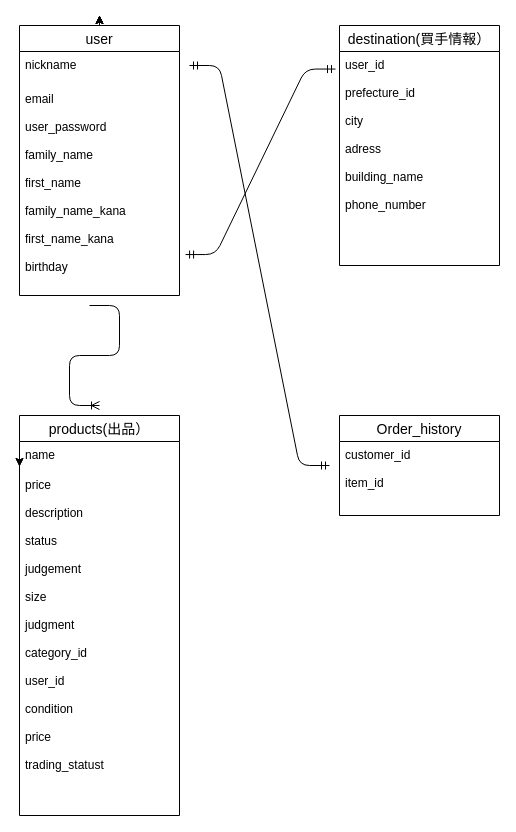
Before: page "ページ1" (1 of 3) of test.dio in kitou44/furima-30571, a draw.io diagram. Source tidied: cells renumbered, new cells numbered last; positions are measured from the earlier drawing's top-left corner, leaving out a move shared by most shapes. Both pictures are drawn from the tidied source at 100%, with x=0, y=0 at pixel (19, 15).
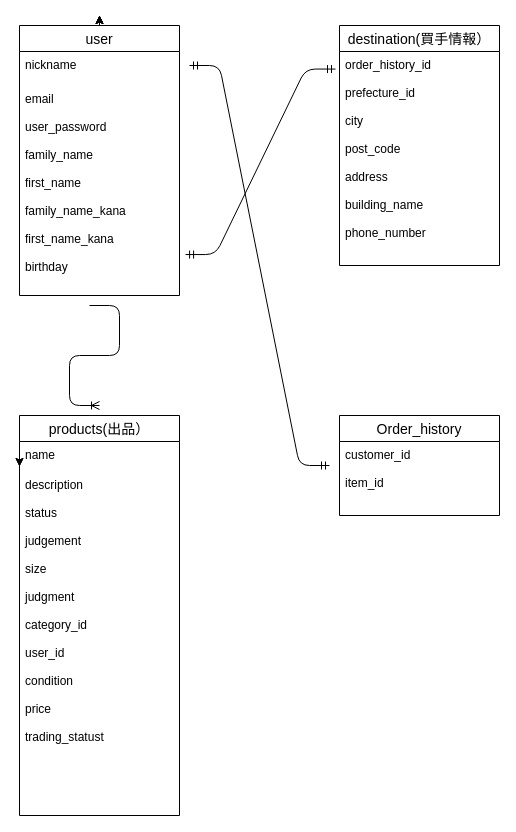
Above is the later version.

The change refers to these unchanged cells:
```xml
<mxCell id="10" value="products(出品）" style="swimlane;fontStyle=0;horizontal=1;startSize=26;align=center;fontSize=14;rounded=0;sketch=0;" parent="1" vertex="1">
  <mxGeometry y="400" width="160" height="400" as="geometry" />
</mxCell>
<mxCell id="16" value="destination(買手情報）" style="swimlane;fontStyle=0;horizontal=1;startSize=26;align=center;fontSize=14;rounded=0;sketch=0;" parent="1" vertex="1">
  <mxGeometry x="320" y="10" width="160" height="240" as="geometry" />
</mxCell>
```

Change to the diagram source:
```diff
@@
-    <mxCell id="12" value="price&#10;&#10;description&#10;&#10;status&#10;&#10;judgement&#10;&#10;size&#10;&#10;judgment&#10;&#10;category_id&#10;&#10;user_id&#10;&#10;condition&#10;&#10;price&#10;&#10;trading_statust" style="text;strokeColor=none;fillColor=none;spacingLeft=4;spacingRight=4;overflow=hidden;fontSize=12;" parent="10" vertex="1">
+    <mxCell id="12" value="description&#10;&#10;status&#10;&#10;judgement&#10;&#10;size&#10;&#10;judgment&#10;&#10;category_id&#10;&#10;user_id&#10;&#10;condition&#10;&#10;price&#10;&#10;trading_statust" style="text;strokeColor=none;fillColor=none;spacingLeft=4;spacingRight=4;overflow=hidden;fontSize=12;" parent="10" vertex="1">
       <mxGeometry y="56" width="160" height="344" as="geometry" />
     </mxCell>
@@
-    <mxCell id="17" value="user_id&#10;&#10;prefecture_id&#10;&#10;city&#10;&#10;adress&#10;&#10;building_name&#10;&#10;phone_number&#10;&#10;" style="text;strokeColor=none;fillColor=none;spacingLeft=4;spacingRight=4;overflow=hidden;points=[[0,0.5],[1,0.5]];portConstraint=eastwest;fontSize=12;" parent="16" vertex="1">
+    <mxCell id="17" value="order_history_id&#10;&#10;prefecture_id&#10;&#10;city&#10;&#10;post_code&#10;&#10;address&#10;&#10;building_name&#10;&#10;phone_number&#10;&#10;" style="text;strokeColor=none;fillColor=none;spacingLeft=4;spacingRight=4;overflow=hidden;points=[[0,0.5],[1,0.5]];portConstraint=eastwest;fontSize=12;" parent="16" vertex="1">
       <mxGeometry y="26" width="160" height="214" as="geometry" />
     </mxCell>
```
